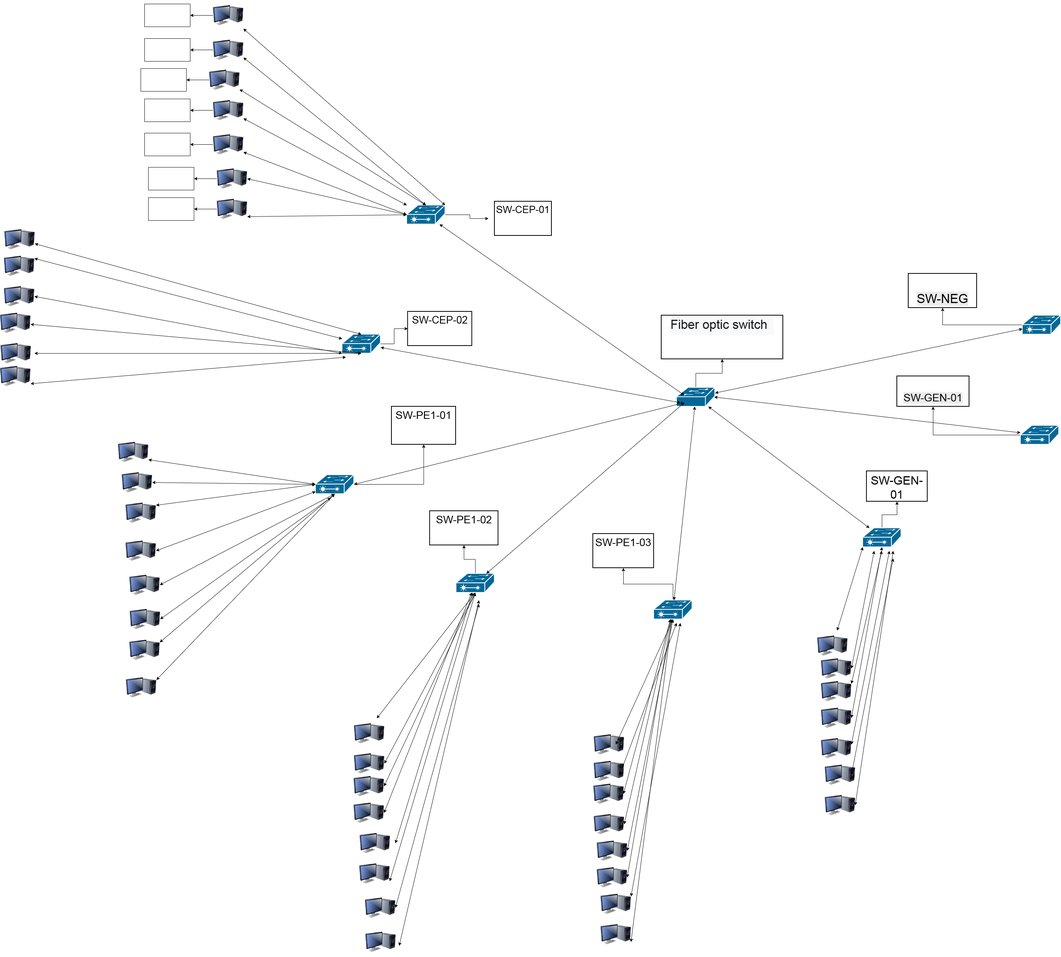
Above: H.drawio.png in hrezapour21-blip/hasanafa (draw.io), before the change. Source tidied: cells renumbered, new cells last; positions are measured from the earlier drawing's top-left corner, leaving out a move shared by most shapes.
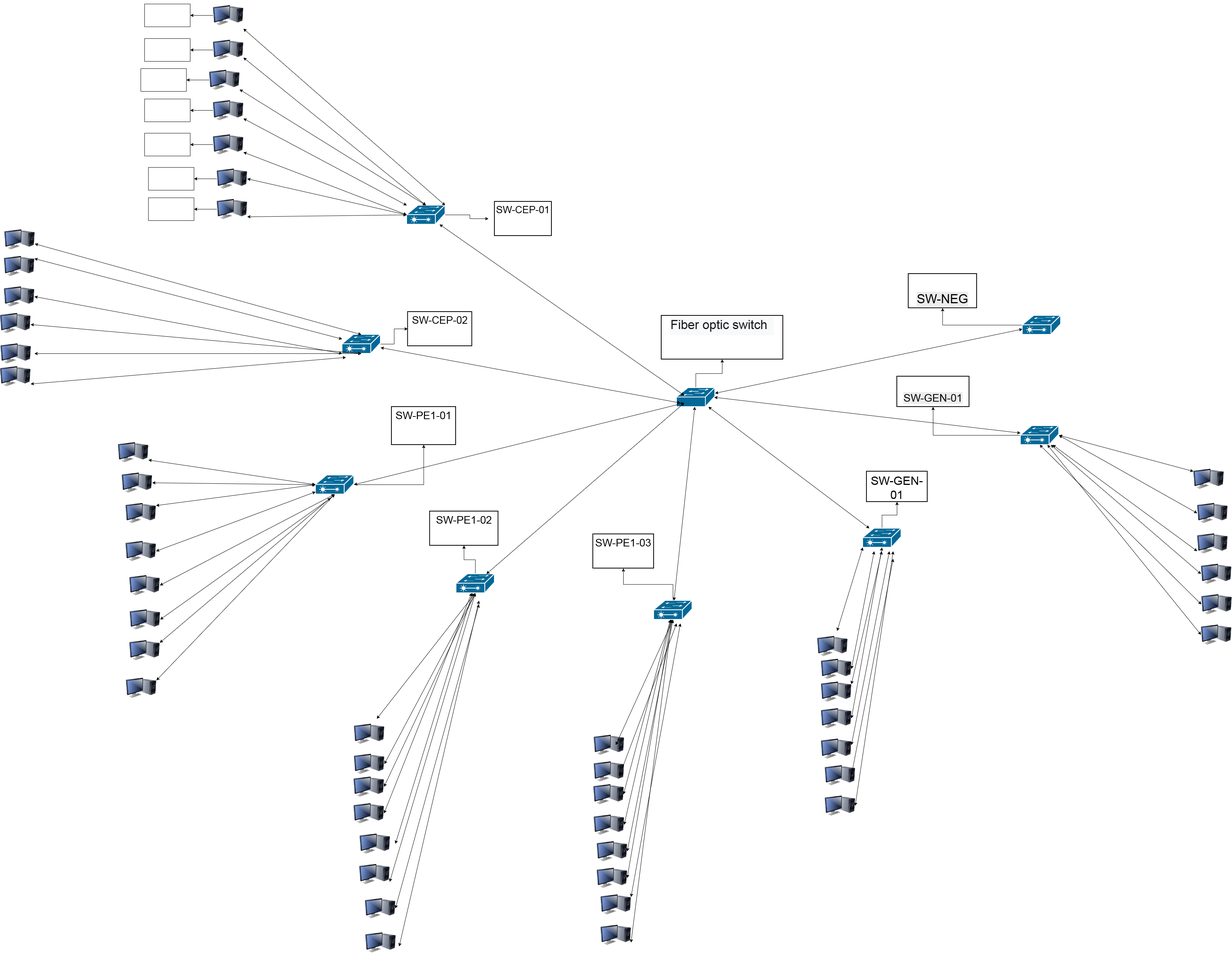
Later version of the same file.

The edit, as a diff of the source:
```diff
@@ -457,5 +457,41 @@
     <mxCell id="140" value="&lt;pre class=&quot;tw-data-text tw-text-large tw-ta&quot; id=&quot;tw-target-text&quot; role=&quot;text&quot; tabindex=&quot;-1&quot; aria-label=&quot;Translated text: Fiber optic switch&quot; dir=&quot;ltr&quot; style=&quot;line-height: 36px; background-color: rgb(248, 249, 250); border-width: medium; border-style: none; border-color: currentcolor; border-image: none; padding: 2px 0.14em 2px 0px; position: relative; margin: -2px 0px; resize: none; font-family: inherit; overflow: hidden; text-align: left; width: 270px; white-space: pre-wrap; overflow-wrap: break-word; outline: 0px; color: rgb(22, 23, 26);&quot;&gt;&lt;span class=&quot;Y2IQFc&quot; lang=&quot;en&quot; style=&quot;&quot;&gt;&lt;font style=&quot;font-size: 33px;&quot;&gt;Fiber optic switch&lt;/font&gt;&lt;/span&gt;&lt;/pre&gt;" style="whiteSpace=wrap;html=1;verticalAlign=top;sketch=0;dashed=0;strokeWidth=2;" parent="65" vertex="1">
       <mxGeometry x="1740" y="830" width="320" height="115" as="geometry" />
     </mxCell>
+    <mxCell id="141" style="image;html=1;image=img/lib/clip_art/computers/Monitor_Tower_128x128.png;labelPerimeter=1;" parent="65" vertex="1">
+      <mxGeometry x="3140" y="1220" width="80" height="80" as="geometry" />
+    </mxCell>
+    <mxCell id="142" style="image;html=1;image=img/lib/clip_art/computers/Monitor_Tower_128x128.png;labelPerimeter=1;" parent="65" vertex="1">
+      <mxGeometry x="3150" y="1310" width="80" height="80" as="geometry" />
+    </mxCell>
+    <mxCell id="143" style="image;html=1;image=img/lib/clip_art/computers/Monitor_Tower_128x128.png;labelPerimeter=1;" parent="65" vertex="1">
+      <mxGeometry x="3150" y="1390" width="80" height="80" as="geometry" />
+    </mxCell>
+    <mxCell id="144" style="image;html=1;image=img/lib/clip_art/computers/Monitor_Tower_128x128.png;labelPerimeter=1;" parent="65" vertex="1">
+      <mxGeometry x="3160" y="1470" width="80" height="80" as="geometry" />
+    </mxCell>
+    <mxCell id="145" style="image;html=1;image=img/lib/clip_art/computers/Monitor_Tower_128x128.png;labelPerimeter=1;" parent="65" vertex="1">
+      <mxGeometry x="3161" y="1550" width="80" height="80" as="geometry" />
+    </mxCell>
+    <mxCell id="146" style="image;html=1;image=img/lib/clip_art/computers/Monitor_Tower_128x128.png;labelPerimeter=1;" parent="65" vertex="1">
+      <mxGeometry x="3160" y="1630" width="80" height="80" as="geometry" />
+    </mxCell>
+    <mxCell id="147" style="endArrow=classic;startArrow=classic;html=1;rounded=0;defaultLabelBackgroundColor=gap;exitX=0;exitY=0.5;exitDx=0;exitDy=0;" parent="65" edge="1" source="146" target="15">
+      <mxGeometry relative="1" as="geometry" />
+    </mxCell>
+    <mxCell id="148" style="endArrow=classic;startArrow=classic;html=1;rounded=0;defaultLabelBackgroundColor=gap;exitX=0;exitY=0.5;exitDx=0;exitDy=0;entryX=0.5;entryY=1;entryDx=0;entryDy=0;entryPerimeter=0;" parent="65" edge="1" source="145" target="15">
+      <mxGeometry relative="1" as="geometry" />
+    </mxCell>
+    <mxCell id="149" style="endArrow=classic;startArrow=classic;html=1;rounded=0;defaultLabelBackgroundColor=gap;exitX=0;exitY=0.5;exitDx=0;exitDy=0;" parent="65" edge="1" source="144" target="15">
+      <mxGeometry relative="1" as="geometry" />
+    </mxCell>
+    <mxCell id="150" style="endArrow=classic;startArrow=classic;html=1;rounded=0;defaultLabelBackgroundColor=gap;exitX=0;exitY=0.75;exitDx=0;exitDy=0;" parent="65" edge="1" source="143" target="15">
+      <mxGeometry relative="1" as="geometry" />
+    </mxCell>
+    <mxCell id="151" style="endArrow=classic;startArrow=classic;html=1;rounded=0;defaultLabelBackgroundColor=gap;exitX=0;exitY=0.5;exitDx=0;exitDy=0;entryX=1;entryY=0.5;entryDx=0;entryDy=0;entryPerimeter=0;" parent="65" edge="1" source="142" target="15">
+      <mxGeometry relative="1" as="geometry" />
+    </mxCell>
+    <mxCell id="152" style="endArrow=classic;startArrow=classic;html=1;rounded=0;defaultLabelBackgroundColor=gap;exitX=0;exitY=0.25;exitDx=0;exitDy=0;entryX=1;entryY=0.5;entryDx=0;entryDy=0;entryPerimeter=0;" parent="65" edge="1" source="141" target="15">
+      <mxGeometry relative="1" as="geometry" />
+    </mxCell>
   </root>
 </mxGraphModel>
```
